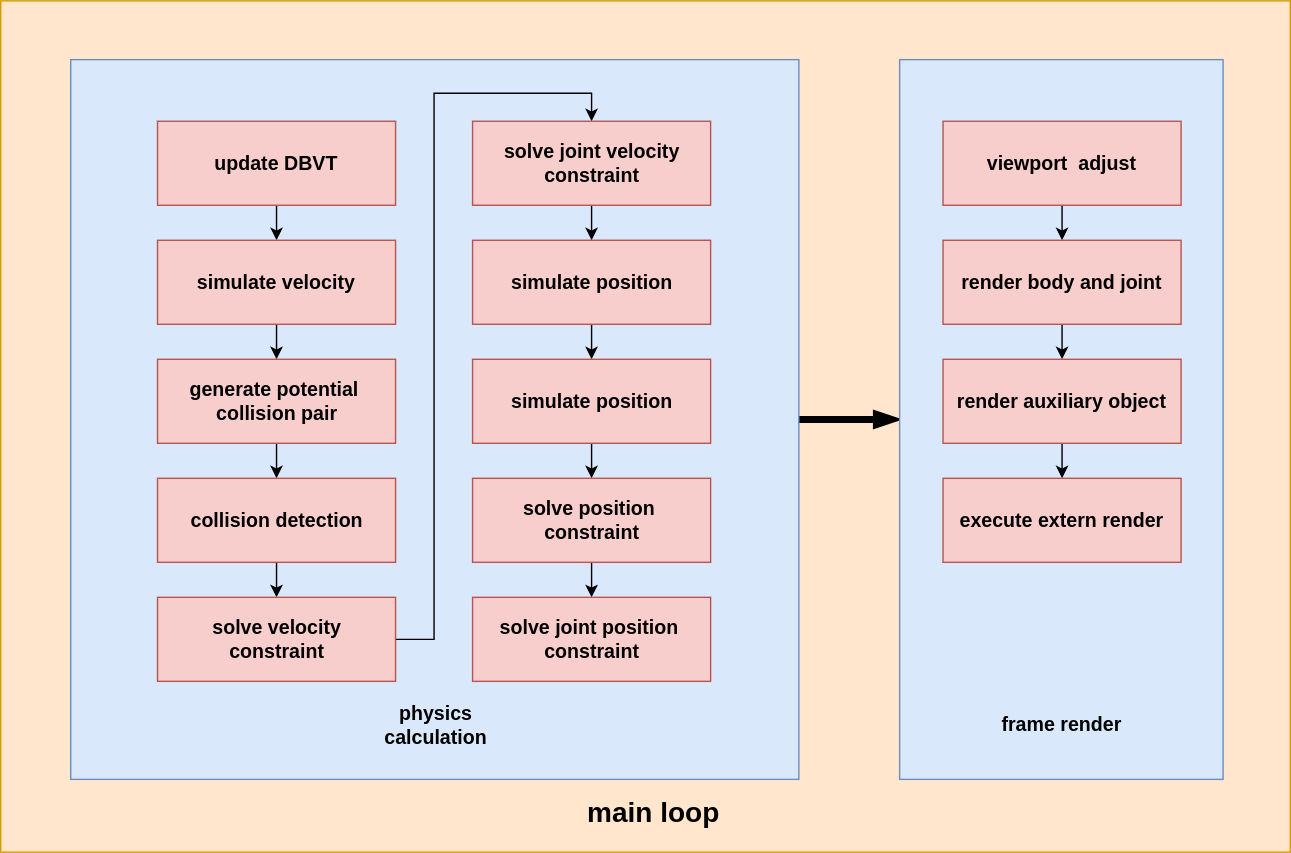
maksyuki/TaichiGAME-res keeps this draw.io diagram as flow.drawio.svg. Above is the earlier version. Source tidied: cells renumbered, new cells last; positions are measured from the earlier drawing's top-left corner, leaving out a move shared by most shapes.
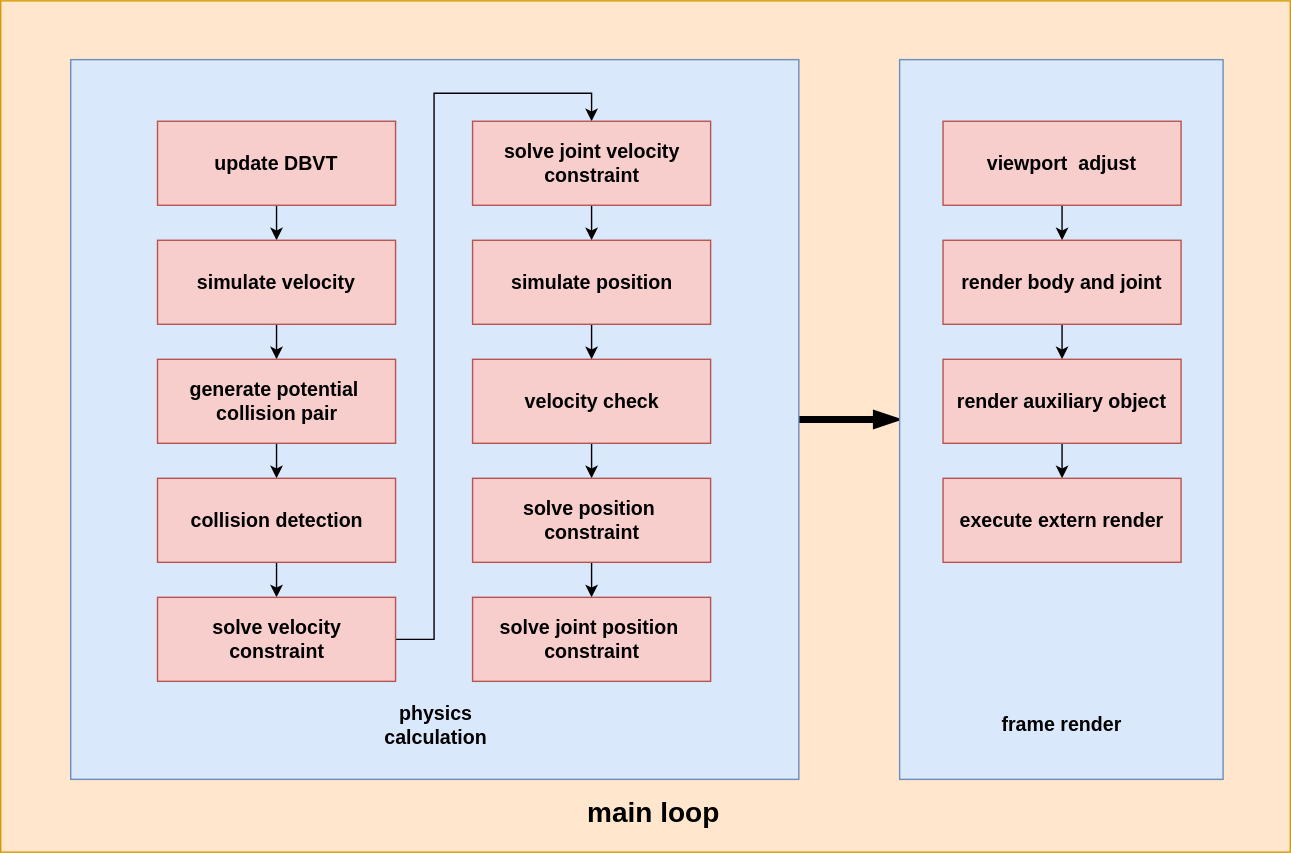
After the commit.

Commit message:
feat: modify a graphics item of flow chart

The edit, as a diff of the source:
```diff
@@ -59,7 +59,7 @@
     <mxCell id="20" style="edgeStyle=orthogonalEdgeStyle;rounded=0;jettySize=auto;html=1;entryX=0.5;entryY=0;entryDx=0;entryDy=0;fontSize=14;" parent="1" edge="1" source="21" target="23">
       <mxGeometry relative="1" as="geometry" />
     </mxCell>
-    <mxCell id="21" value="&lt;b style=&quot;font-size: 14px&quot;&gt;simulate position&lt;/b&gt;&lt;span style=&quot;font-size: 14px&quot;&gt;&lt;b&gt;&lt;br&gt;&lt;/b&gt;&lt;/span&gt;" style="rounded=0;html=1;fillColor=#f8cecc;strokeColor=#b85450;" parent="1" vertex="1">
+    <mxCell id="21" value="&lt;b style=&quot;font-size: 14px&quot;&gt;velocity check&lt;/b&gt;&lt;span style=&quot;font-size: 14px&quot;&gt;&lt;b&gt;&lt;br&gt;&lt;/b&gt;&lt;/span&gt;" style="rounded=0;html=1;fillColor=#f8cecc;strokeColor=#b85450;" parent="1" vertex="1">
       <mxGeometry x="337" y="256" width="170" height="60" as="geometry" />
     </mxCell>
     <mxCell id="22" style="edgeStyle=orthogonalEdgeStyle;rounded=0;jettySize=auto;html=1;entryX=0.5;entryY=0;entryDx=0;entryDy=0;fontSize=14;" parent="1" edge="1" source="23" target="24">
```
